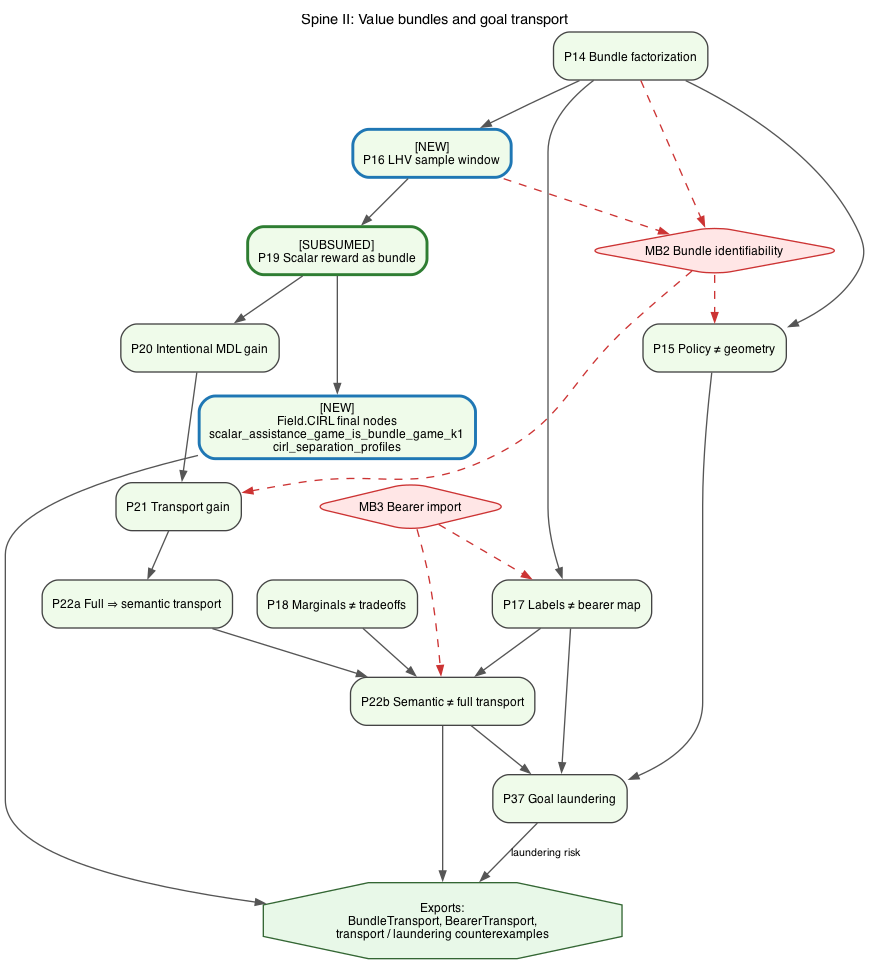
Earlier version of the Graphviz export figures/lean_proof/02-value-transport.png (GunnarZarncke/towards-asi-alignment). Its source is kept beside it as context/lean_proof_graphs/02-value-transport.dot.
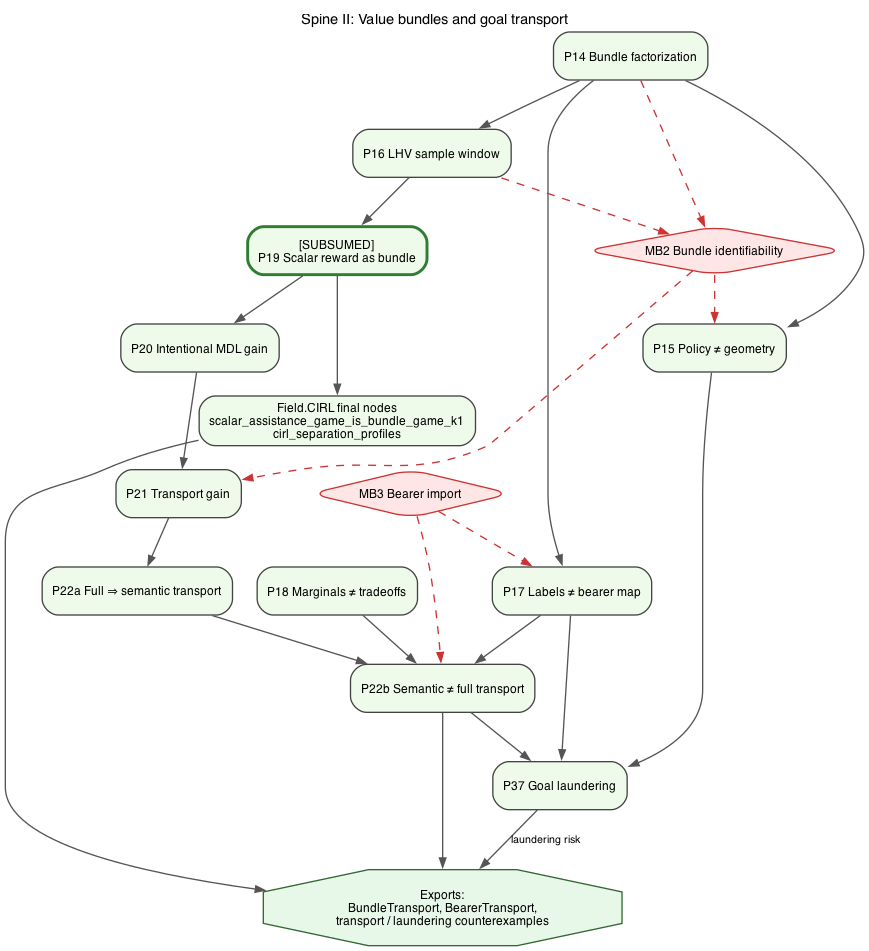
Above is the later version.

What changed in the source:
```diff
@@ -14,11 +14,11 @@
 
   P14 [label="P14 Bundle factorization", fillcolor="#EFFBEA"];
   P15 [label="P15 Policy ≠ geometry", fillcolor="#EFFBEA"];
-  P16 [label="[NEW]\nP16 LHV sample window", fillcolor="#EFFBEA", color="#1F77B4", penwidth=2.2];
+  P16 [label="P16 LHV sample window", fillcolor="#EFFBEA"];
   P17 [label="P17 Labels ≠ bearer map", fillcolor="#EFFBEA"];
   P18 [label="P18 Marginals ≠ tradeoffs", fillcolor="#EFFBEA"];
   P19 [label="[SUBSUMED]\nP19 Scalar reward as bundle", fillcolor="#EFFBEA", color="#2E7D32", penwidth=2.2];
-  FCIRL [label="[NEW]\nField.CIRL final nodes\nscalar_assistance_game_is_bundle_game_k1\ncirl_separation_profiles", fillcolor="#EFFBEA", color="#1F77B4", penwidth=2.2];
+  FCIRL [label="Field.CIRL final nodes\nscalar_assistance_game_is_bundle_game_k1\ncirl_separation_profiles", fillcolor="#EFFBEA"];
   P20 [label="P20 Intentional MDL gain", fillcolor="#EFFBEA"];
   P21 [label="P21 Transport gain", fillcolor="#EFFBEA"];
   P22a [label="P22a Full ⇒ semantic transport", fillcolor="#EFFBEA"];
```
